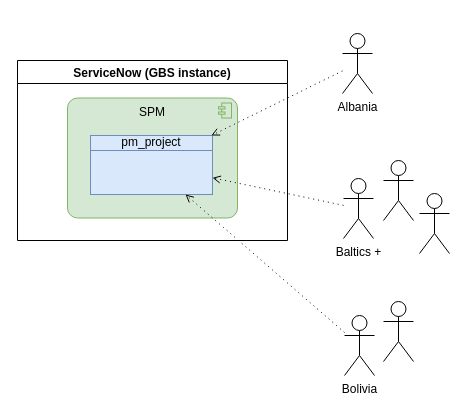
Before: page "markets1" (3 of 5) of JTI_product.drawio in algimas/tmp, a draw.io diagram. Source tidied: cells renumbered, new cells numbered last; positions are measured from the earlier drawing's top-left corner, leaving out a move shared by most shapes. Both pictures are drawn from the tidied source at 100%, with x=0, y=0 at pixel (17, 33).
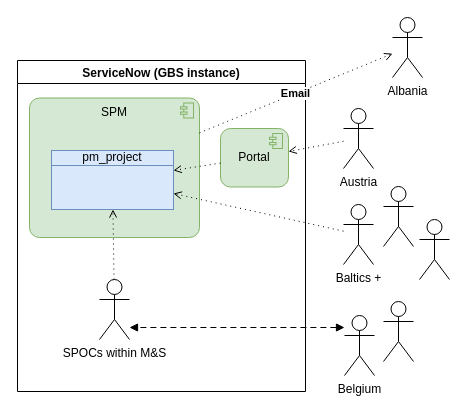
After the change.

Change to the diagram source:
```diff
@@
 <mxGraphModel>
   <root>
     <mxCell id="0" />
     <mxCell id="1" parent="0" />
-    <mxCell id="2" value="Albania" style="shape=umlActor;verticalLabelPosition=bottom;verticalAlign=top;html=1;outlineConnect=0;" parent="1" vertex="1">
-      <mxGeometry x="325" width="30" height="60" as="geometry" />
+    <mxCell id="2" value="Austria" style="shape=umlActor;verticalLabelPosition=bottom;verticalAlign=top;html=1;outlineConnect=0;" parent="1" vertex="1">
+      <mxGeometry x="326" y="75" width="30" height="60" as="geometry" />
     </mxCell>
     <mxCell id="3" value="Baltics +" style="shape=umlActor;verticalLabelPosition=bottom;verticalAlign=top;html=1;outlineConnect=0;" parent="1" vertex="1">
-      <mxGeometry x="326" y="145" width="30" height="60" as="geometry" />
+      <mxGeometry x="326" y="171" width="30" height="60" as="geometry" />
     </mxCell>
-    <mxCell id="4" value="Bolivia" style="shape=umlActor;verticalLabelPosition=bottom;verticalAlign=top;html=1;outlineConnect=0;" parent="1" vertex="1">
+    <mxCell id="4" value="Belgium" style="shape=umlActor;verticalLabelPosition=bottom;verticalAlign=top;html=1;outlineConnect=0;" parent="1" vertex="1">
       <mxGeometry x="327" y="282" width="30" height="60" as="geometry" />
     </mxCell>
     <mxCell id="5" value="ServiceNow (GBS instance)" style="swimlane;" parent="1" vertex="1">
-      <mxGeometry y="27" width="270" height="180" as="geometry" />
+      <mxGeometry y="27" width="288" height="331" as="geometry" />
     </mxCell>
     <mxCell id="6" value="SPM" style="html=1;outlineConnect=0;whiteSpace=wrap;fillColor=#d5e8d4;shape=mxgraph.archimate3.application;appType=comp;archiType=rounded;strokeColor=#82b366;verticalAlign=top;fontStyle=0;" parent="5" vertex="1">
-      <mxGeometry x="50" y="37.5" width="170" height="120" as="geometry" />
+      <mxGeometry x="12" y="37.5" width="170" height="139.5" as="geometry" />
     </mxCell>
     <mxCell id="7" value="pm_project" style="html=1;outlineConnect=0;whiteSpace=wrap;fillColor=#dae8fc;shape=mxgraph.archimate3.businessObject;overflow=fill;strokeColor=#6c8ebf;" parent="5" vertex="1">
-      <mxGeometry x="73" y="75" width="122" height="59" as="geometry" />
+      <mxGeometry x="34" y="90" width="122" height="59" as="geometry" />
     </mxCell>
+    <mxCell id="14" value="SPOCs within M&amp;S" style="shape=umlActor;verticalLabelPosition=bottom;verticalAlign=top;html=1;outlineConnect=0;" parent="5" vertex="1">
+      <mxGeometry x="82" y="219" width="30" height="60" as="geometry" />
+    </mxCell>
+    <mxCell id="15" style="html=1;endArrow=open;elbow=vertical;endFill=0;dashed=1;dashPattern=1 4;rounded=0;" parent="5" edge="1" source="14" target="7">
+      <mxGeometry relative="1" as="geometry" />
+    </mxCell>
+    <mxCell id="16" value="Portal" style="html=1;outlineConnect=0;whiteSpace=wrap;fillColor=#d5e8d4;shape=mxgraph.archimate3.application;appType=comp;archiType=rounded;strokeColor=#82b366;verticalAlign=middle;fontStyle=0;" parent="5" vertex="1">
+      <mxGeometry x="203" y="68" width="68" height="58.5" as="geometry" />
+    </mxCell>
+    <mxCell id="17" style="html=1;endArrow=open;elbow=vertical;endFill=0;dashed=1;dashPattern=1 4;rounded=0;" parent="5" edge="1" source="16" target="7">
+      <mxGeometry relative="1" as="geometry" />
+    </mxCell>
-    <mxCell id="8" style="html=1;endArrow=open;elbow=vertical;endFill=0;dashed=1;dashPattern=1 4;rounded=0;" parent="1" edge="1" source="2" target="7">
+    <mxCell id="8" style="html=1;endArrow=open;elbow=vertical;endFill=0;dashed=1;dashPattern=1 4;rounded=0;" parent="1" edge="1" source="2" target="16">
       <mxGeometry relative="1" as="geometry" />
     </mxCell>
     <mxCell id="9" style="html=1;endArrow=open;elbow=vertical;endFill=0;dashed=1;dashPattern=1 4;rounded=0;" parent="1" edge="1" source="3" target="7">
       <mxGeometry relative="1" as="geometry" />
     </mxCell>
-    <mxCell id="10" style="html=1;endArrow=open;elbow=vertical;endFill=0;dashed=1;dashPattern=1 4;rounded=0;" parent="1" edge="1" source="4" target="7">
-      <mxGeometry relative="1" as="geometry" />
-    </mxCell>
     <mxCell id="11" style="shape=umlActor;verticalLabelPosition=bottom;verticalAlign=top;html=1;" parent="1" vertex="1">
-      <mxGeometry x="366" y="127" width="30" height="60" as="geometry" />
+      <mxGeometry x="366" y="153" width="30" height="60" as="geometry" />
     </mxCell>
     <mxCell id="12" style="shape=umlActor;verticalLabelPosition=bottom;verticalAlign=top;html=1;" parent="1" vertex="1">
-      <mxGeometry x="402" y="160" width="30" height="60" as="geometry" />
+      <mxGeometry x="402" y="186" width="30" height="60" as="geometry" />
     </mxCell>
     <mxCell id="13" style="shape=umlActor;verticalLabelPosition=bottom;verticalAlign=top;html=1;" parent="1" vertex="1">
       <mxGeometry x="366" y="268" width="30" height="60" as="geometry" />
     </mxCell>
+    <mxCell id="18" style="edgeStyle=elbowEdgeStyle;html=1;endArrow=block;dashed=1;elbow=vertical;endFill=1;dashPattern=6 4;rounded=0;startArrow=block;startFill=1;" parent="1" edge="1" source="4" target="14">
+      <mxGeometry relative="1" as="geometry" />
+    </mxCell>
+    <mxCell id="19" value="Email" style="html=1;endArrow=open;elbow=vertical;endFill=0;dashed=1;dashPattern=1 4;rounded=0;fontStyle=1;" parent="1" edge="1" source="6" target="20">
+      <mxGeometry relative="1" as="geometry" />
+    </mxCell>
+    <mxCell id="20" value="Albania" style="shape=umlActor;verticalLabelPosition=bottom;verticalAlign=top;html=1;outlineConnect=0;" parent="1" vertex="1">
+      <mxGeometry x="375" y="-16" width="30" height="60" as="geometry" />
+    </mxCell>
   </root>
 </mxGraphModel>
```
